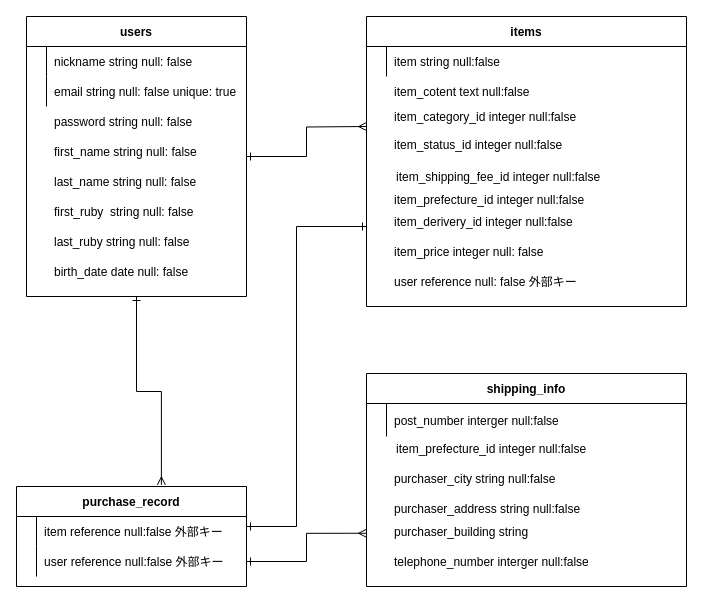
Above: furima_er.dio in takeshi2286/furima-36326 (draw.io), before the change. Source tidied: cells renumbered, new cells numbered last; positions are measured from the earlier drawing's top-left corner, leaving out a move shared by most shapes. Both pictures are drawn from the tidied source at 100%, with x=0, y=0 at pixel (16, 16).
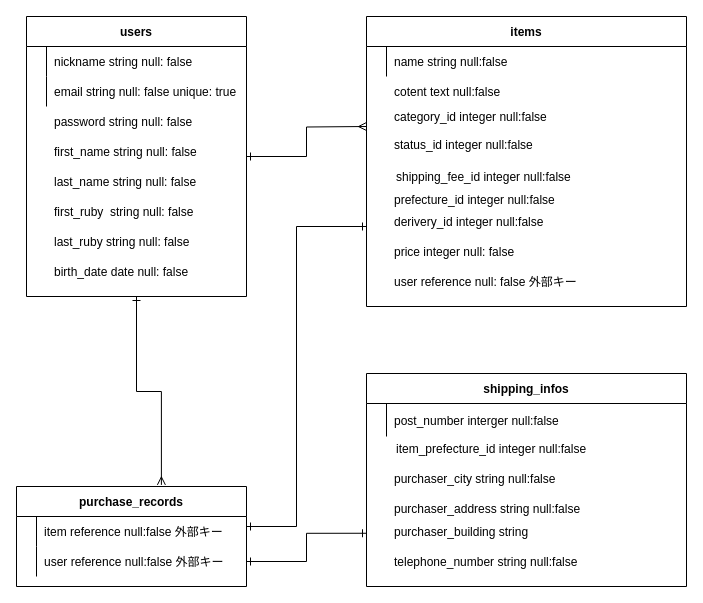
After the change.

Commit message (it also covers changes not shown here):
コード修正

Unchanged cells that the change refers to:
```xml
<mxCell id="19" style="shape=partialRectangle;fillColor=none;top=0;left=0;bottom=0;right=0;" parent="18" vertex="1">
  <mxGeometry y="30" width="320" height="30" as="geometry" />
</mxCell>
<mxCell id="31" style="shape=partialRectangle;fillColor=none;top=0;left=0;bottom=0;right=0;points=[[0,0.5],[1,0.5]];portConstraint=eastwest;" parent="27" vertex="1">
  <mxGeometry y="60" width="230" height="30" as="geometry" />
</mxCell>
```

What changed in the source:
```diff
@@
-    <mxCell id="21" value="item string null:false" style="shape=partialRectangle;fillColor=none;top=0;left=0;bottom=0;right=0;align=left;spacingLeft=6;overflow=hidden;" parent="19" vertex="1">
+    <mxCell id="21" value="name string null:false" style="shape=partialRectangle;fillColor=none;top=0;left=0;bottom=0;right=0;align=left;spacingLeft=6;overflow=hidden;" parent="19" vertex="1">
       <mxGeometry x="20" width="300" height="30" as="geometry" />
     </mxCell>
-    <mxCell id="22" value="item_cotent text null:false" style="shape=partialRectangle;fillColor=none;top=0;left=0;bottom=0;right=0;align=left;spacingLeft=6;overflow=hidden;" parent="1" vertex="1">
+    <mxCell id="22" value="cotent text null:false" style="shape=partialRectangle;fillColor=none;top=0;left=0;bottom=0;right=0;align=left;spacingLeft=6;overflow=hidden;" parent="1" vertex="1">
       <mxGeometry x="370" y="60" width="160" height="30" as="geometry" />
     </mxCell>
-    <mxCell id="23" value="item_category_id integer null:false" style="shape=partialRectangle;fillColor=none;top=0;left=0;bottom=0;right=0;align=left;spacingLeft=6;overflow=hidden;" parent="1" vertex="1">
+    <mxCell id="23" value="category_id integer null:false" style="shape=partialRectangle;fillColor=none;top=0;left=0;bottom=0;right=0;align=left;spacingLeft=6;overflow=hidden;" parent="1" vertex="1">
       <mxGeometry x="370" y="90" width="260" height="20" as="geometry" />
     </mxCell>
-    <mxCell id="24" value="item_price integer null: false" style="shape=partialRectangle;fillColor=none;top=0;left=0;bottom=0;right=0;align=left;spacingLeft=6;overflow=hidden;" parent="1" vertex="1">
+    <mxCell id="24" value="price integer null: false" style="shape=partialRectangle;fillColor=none;top=0;left=0;bottom=0;right=0;align=left;spacingLeft=6;overflow=hidden;" parent="1" vertex="1">
       <mxGeometry x="370" y="220" width="160" height="30" as="geometry" />
     </mxCell>
@@
-    <mxCell id="26" value="item_status_id integer null:false" style="shape=partialRectangle;fillColor=none;top=0;left=0;bottom=0;right=0;align=left;spacingLeft=6;overflow=hidden;" parent="1" vertex="1">
+    <mxCell id="26" value="status_id integer null:false" style="shape=partialRectangle;fillColor=none;top=0;left=0;bottom=0;right=0;align=left;spacingLeft=6;overflow=hidden;" parent="1" vertex="1">
       <mxGeometry x="370" y="113" width="240" height="30" as="geometry" />
     </mxCell>
-    <mxCell id="27" value="purchase_record" style="shape=table;startSize=30;childLayout=tableLayout;rowLines=0;fontStyle=1;align=center;" parent="1" vertex="1">
+    <mxCell id="27" value="purchase_records" style="shape=table;startSize=30;childLayout=tableLayout;rowLines=0;fontStyle=1;align=center;" parent="1" vertex="1">
       <mxGeometry y="470" width="230" height="100" as="geometry" />
     </mxCell>
@@
-    <mxCell id="34" value="shipping_info" style="shape=table;startSize=30;childLayout=tableLayout;rowLines=0;fontStyle=1;align=center;" parent="1" vertex="1">
+    <mxCell id="34" value="shipping_infos" style="shape=table;startSize=30;childLayout=tableLayout;rowLines=0;fontStyle=1;align=center;" parent="1" vertex="1">
       <mxGeometry x="350" y="357" width="320" height="213" as="geometry" />
     </mxCell>
@@
-    <mxCell id="40" value="telephone_number interger null:false" style="shape=partialRectangle;fillColor=none;top=0;left=0;bottom=0;right=0;align=left;spacingLeft=6;overflow=hidden;" parent="1" vertex="1">
+    <mxCell id="40" value="telephone_number string null:false" style="shape=partialRectangle;fillColor=none;top=0;left=0;bottom=0;right=0;align=left;spacingLeft=6;overflow=hidden;" parent="1" vertex="1">
       <mxGeometry x="370" y="530" width="240" height="30" as="geometry" />
     </mxCell>
-    <mxCell id="41" style="edgeStyle=orthogonalEdgeStyle;rounded=0;jettySize=auto;html=1;exitX=1;exitY=0.5;exitDx=0;exitDy=0;entryX=0;entryY=0.75;entryDx=0;entryDy=0;startArrow=ERone;startFill=0;endArrow=ERmany;endFill=0;" parent="1" edge="1" source="31" target="34">
+    <mxCell id="41" style="edgeStyle=orthogonalEdgeStyle;rounded=0;jettySize=auto;html=1;exitX=1;exitY=0.5;exitDx=0;exitDy=0;entryX=0;entryY=0.75;entryDx=0;entryDy=0;startArrow=ERone;startFill=0;endArrow=ERone;endFill=0;" parent="1" edge="1" source="31" target="34">
       <mxGeometry relative="1" as="geometry" />
     </mxCell>
-    <mxCell id="42" value="item_shipping_fee_id integer null:false" style="shape=partialRectangle;fillColor=none;top=0;left=0;bottom=0;right=0;align=left;spacingLeft=6;overflow=hidden;" parent="1" vertex="1">
+    <mxCell id="42" value="shipping_fee_id integer null:false" style="shape=partialRectangle;fillColor=none;top=0;left=0;bottom=0;right=0;align=left;spacingLeft=6;overflow=hidden;" parent="1" vertex="1">
       <mxGeometry x="372" y="145" width="220" height="30" as="geometry" />
     </mxCell>
-    <mxCell id="43" value="item_prefecture_id integer null:false" style="shape=partialRectangle;fillColor=none;top=0;left=0;bottom=0;right=0;align=left;spacingLeft=6;overflow=hidden;" parent="1" vertex="1">
+    <mxCell id="43" value="prefecture_id integer null:false" style="shape=partialRectangle;fillColor=none;top=0;left=0;bottom=0;right=0;align=left;spacingLeft=6;overflow=hidden;" parent="1" vertex="1">
       <mxGeometry x="370" y="168" width="220" height="30" as="geometry" />
     </mxCell>
-    <mxCell id="44" value="item_derivery_id integer null:false" style="shape=partialRectangle;fillColor=none;top=0;left=0;bottom=0;right=0;align=left;spacingLeft=6;overflow=hidden;" parent="1" vertex="1">
+    <mxCell id="44" value="derivery_id integer null:false" style="shape=partialRectangle;fillColor=none;top=0;left=0;bottom=0;right=0;align=left;spacingLeft=6;overflow=hidden;" parent="1" vertex="1">
       <mxGeometry x="370" y="190" width="220" height="30" as="geometry" />
     </mxCell>
```
